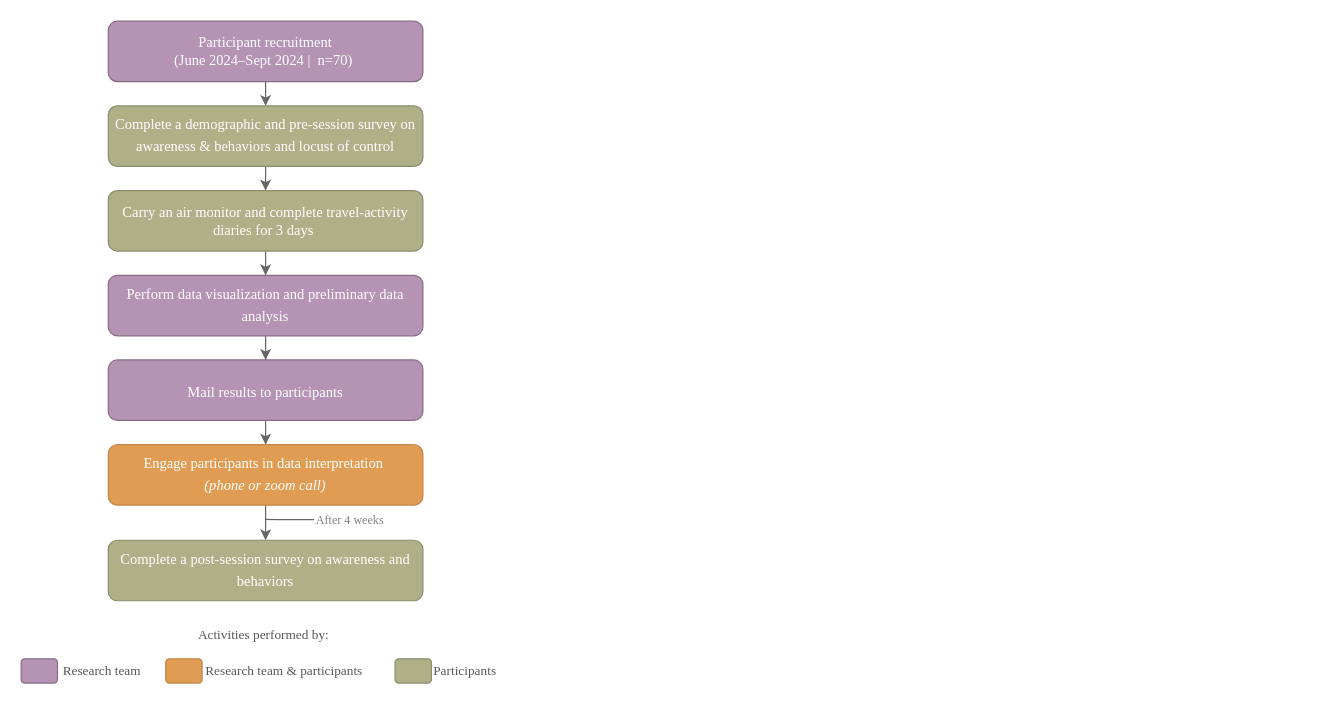
This is AirQualityDissertation.drawio from dealchre/gradDrawio, a draw.io file, before an edit. Source tidied: cells renumbered, new cells numbered last; positions are measured from the earlier drawing's top-left corner, leaving out a move shared by most shapes. Both pictures are drawn from the tidied source at 121%, with x=0, y=0 at pixel (21, 21).
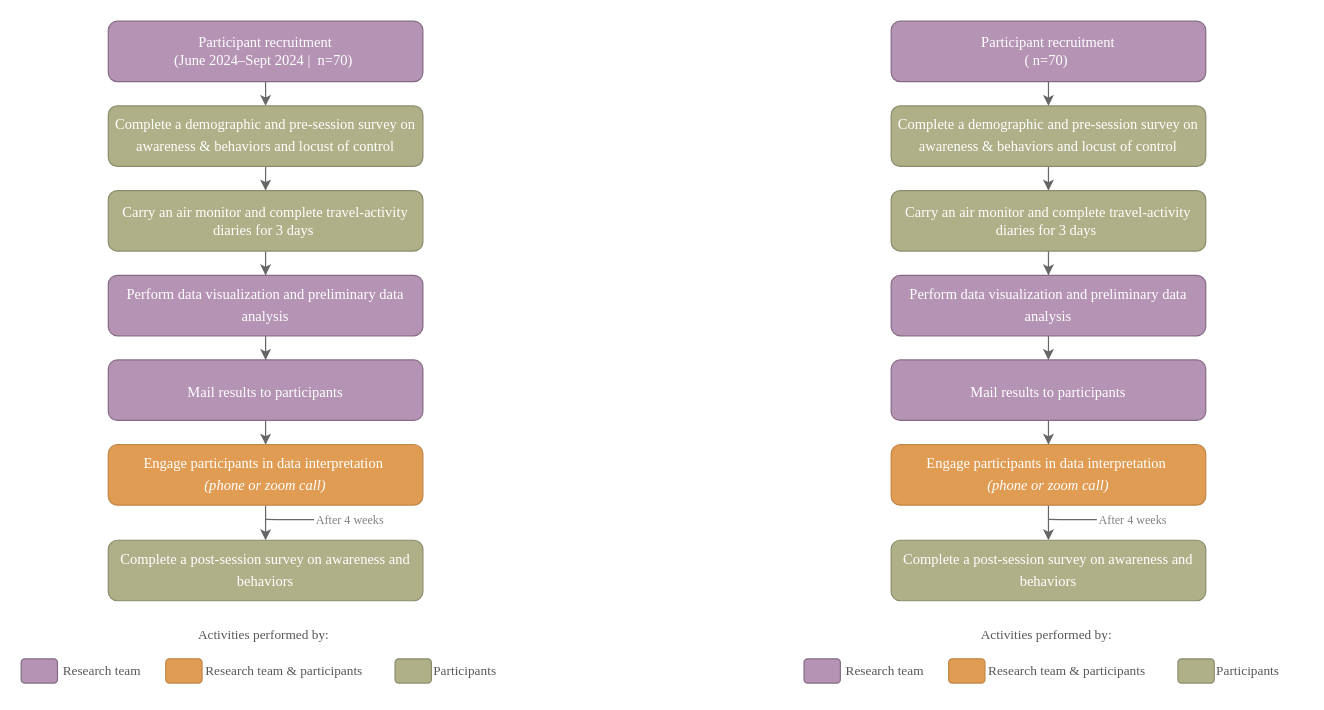
The same diagram, later.

The edit, as a diff of the source:
```diff
@@
+    <mxCell id="24" value="&lt;font style=&quot;font-size: 12px;&quot;&gt;Participant recruitment&lt;/font&gt;&lt;div&gt;&lt;font style=&quot;font-size: 12px;&quot;&gt;(&lt;/font&gt;&lt;span style=&quot;background-color: initial;&quot;&gt;&amp;nbsp;n=70&lt;/span&gt;&lt;span style=&quot;background-color: initial;&quot;&gt;)&amp;nbsp;&lt;/span&gt;&lt;/div&gt;" style="rounded=1;whiteSpace=wrap;html=1;fontFamily=Times New Roman;fillColor=#B593B4;strokeColor=#856C84;fontColor=#FFFFFF;" parent="1" vertex="1">
+      <mxGeometry x="719" width="260" height="50" as="geometry" />
+    </mxCell>
+    <mxCell id="25" style="edgeStyle=orthogonalEdgeStyle;rounded=0;jettySize=auto;html=1;fontFamily=Times New Roman;fontSize=12;fontColor=#FFFFFF;strokeColor=#666666;" parent="1" edge="1" source="26" target="28">
+      <mxGeometry relative="1" as="geometry" />
+    </mxCell>
+    <mxCell id="26" value="&lt;span style=&quot;text-align: start;&quot;&gt;&lt;font style=&quot;font-size: 12px;&quot;&gt;Complete a demographic and pre-session survey on awareness &amp;amp; behaviors and locust of control&lt;/font&gt;&lt;/span&gt;&lt;span style=&quot;font-size: medium; text-align: start;&quot;&gt;&lt;/span&gt;" style="whiteSpace=wrap;html=1;rounded=1;fontFamily=Times New Roman;fillColor=#AFB088;strokeColor=#8b8c6c;fontColor=#FFFFFF;" parent="1" vertex="1">
+      <mxGeometry x="719" y="70" width="260" height="50" as="geometry" />
+    </mxCell>
+    <mxCell id="27" style="edgeStyle=orthogonalEdgeStyle;rounded=0;jettySize=auto;html=1;fontFamily=Times New Roman;fontSize=12;fontColor=#FFFFFF;strokeColor=#666666;" parent="1" edge="1" source="28" target="30">
+      <mxGeometry relative="1" as="geometry" />
+    </mxCell>
+    <mxCell id="28" value="&lt;span style=&quot;text-align: start;&quot;&gt;&lt;font style=&quot;font-size: 12px;&quot;&gt;Carry an air monitor and complete travel-activity diaries for 3 days&amp;nbsp;&lt;/font&gt;&lt;/span&gt;" style="whiteSpace=wrap;html=1;rounded=1;fontFamily=Times New Roman;fillColor=#AFB088;strokeColor=#8b8c6c;fontColor=#FFFFFF;" parent="1" vertex="1">
+      <mxGeometry x="719" y="140" width="260" height="50" as="geometry" />
+    </mxCell>
+    <mxCell id="29" style="edgeStyle=orthogonalEdgeStyle;rounded=0;jettySize=auto;html=1;fontFamily=Times New Roman;fontSize=12;fontColor=#FFFFFF;strokeColor=#666666;" parent="1" edge="1" source="30" target="32">
+      <mxGeometry relative="1" as="geometry" />
+    </mxCell>
+    <mxCell id="30" value="&lt;span style=&quot;text-align: start; font-family: &amp;quot;Times New Roman&amp;quot;, serif;&quot;&gt;&lt;font style=&quot;font-size: 12px;&quot;&gt;Perform data visualization and preliminary data analysis&lt;/font&gt;&lt;/span&gt;&lt;span style=&quot;font-size: medium; text-align: start;&quot;&gt;&lt;/span&gt;" style="whiteSpace=wrap;html=1;rounded=1;fontFamily=Times New Roman;fillColor=#B593B4;strokeColor=#856C84;fontColor=#FFFFFF;" parent="1" vertex="1">
+      <mxGeometry x="719" y="210" width="260" height="50" as="geometry" />
+    </mxCell>
+    <mxCell id="31" style="edgeStyle=orthogonalEdgeStyle;rounded=0;jettySize=auto;html=1;fontFamily=Times New Roman;fontSize=12;fontColor=#FFFFFF;strokeColor=#666666;" parent="1" edge="1" source="32" target="34">
+      <mxGeometry relative="1" as="geometry" />
+    </mxCell>
+    <mxCell id="32" value="&lt;span style=&quot;text-align: start; font-family: &amp;quot;Times New Roman&amp;quot;, serif;&quot;&gt;&lt;font style=&quot;font-size: 12px;&quot;&gt;Mail results to participants&lt;/font&gt;&lt;/span&gt;&lt;span style=&quot;font-size: medium; text-align: start;&quot;&gt;&lt;/span&gt;" style="whiteSpace=wrap;html=1;rounded=1;fontFamily=Times New Roman;fillColor=#B593B4;strokeColor=#856C84;fontColor=#FFFFFF;" parent="1" vertex="1">
+      <mxGeometry x="719" y="280" width="260" height="50" as="geometry" />
+    </mxCell>
+    <mxCell id="33" style="edgeStyle=orthogonalEdgeStyle;rounded=0;jettySize=auto;html=1;fontFamily=Times New Roman;fontSize=12;fontColor=#FFFFFF;strokeColor=#666666;" parent="1" edge="1" source="34" target="35">
+      <mxGeometry relative="1" as="geometry" />
+    </mxCell>
+    <mxCell id="34" value="&lt;span style=&quot;text-align: start;&quot;&gt;&lt;font style=&quot;font-size: 12px;&quot;&gt;Engage participants in data interpretation&amp;nbsp;&lt;/font&gt;&lt;/span&gt;&lt;div&gt;&lt;span style=&quot;text-align: start;&quot;&gt;&lt;font style=&quot;font-size: 12px;&quot;&gt;&lt;i&gt;(phone or zoom call)&lt;/i&gt;&lt;/font&gt;&lt;/span&gt;&lt;span style=&quot;font-size: medium; text-align: start;&quot;&gt;&lt;/span&gt;&lt;/div&gt;" style="whiteSpace=wrap;html=1;rounded=1;fontFamily=Times New Roman;fillColor=#e19c53;strokeColor=#C28647;fontColor=#FFFFFF;" parent="1" vertex="1">
+      <mxGeometry x="719" y="350" width="260" height="50" as="geometry" />
+    </mxCell>
+    <mxCell id="35" value="&lt;span style=&quot;text-align: start; font-family: &amp;quot;Times New Roman&amp;quot;, serif;&quot;&gt;&lt;font style=&quot;font-size: 12px;&quot;&gt;Complete a post-session survey on awareness and behaviors&lt;/font&gt;&lt;/span&gt;&lt;span style=&quot;font-size: medium; text-align: start;&quot;&gt;&lt;/span&gt;" style="whiteSpace=wrap;html=1;rounded=1;fontFamily=Times New Roman;fillColor=#AFB088;strokeColor=#8b8c6c;fontColor=#FFFFFF;" parent="1" vertex="1">
+      <mxGeometry x="719" y="429" width="260" height="50" as="geometry" />
+    </mxCell>
+    <mxCell id="36" style="edgeStyle=orthogonalEdgeStyle;rounded=1;jettySize=auto;html=1;exitX=0;exitY=0.5;exitDx=0;exitDy=0;fontFamily=Times New Roman;fontSize=12;strokeColor=#666666;endArrow=none;endFill=0;fontColor=#FFFFFF;" parent="1" edge="1" source="37">
+      <mxGeometry relative="1" as="geometry">
+        <mxPoint x="849" y="411.8" as="targetPoint" />
+      </mxGeometry>
+    </mxCell>
+    <mxCell id="37" value="After 4 weeks" style="text;html=1;strokeColor=none;fillColor=none;align=center;verticalAlign=middle;whiteSpace=wrap;rounded=0;fontFamily=Times New Roman;fontSize=10;fontColor=#808080;" parent="1" vertex="1">
+      <mxGeometry x="889" y="397" width="60" height="30" as="geometry" />
+    </mxCell>
+    <mxCell id="38" value="Activities performed by:&amp;nbsp;" style="text;html=1;strokeColor=none;fillColor=none;align=center;verticalAlign=middle;whiteSpace=wrap;rounded=0;fontFamily=Times New Roman;fontSize=11;fontColor=#575757;" parent="1" vertex="1">
+      <mxGeometry x="719" y="492" width="260" height="30" as="geometry" />
+    </mxCell>
+    <mxCell id="39" value="Research team" style="text;html=1;strokeColor=none;fillColor=none;align=center;verticalAlign=middle;whiteSpace=wrap;rounded=0;fontFamily=Times New Roman;fontSize=11;fontColor=#575757;" parent="1" vertex="1">
+      <mxGeometry x="669" y="522" width="90" height="30" as="geometry" />
+    </mxCell>
+    <mxCell id="40" value="Participants" style="text;html=1;strokeColor=none;fillColor=none;align=center;verticalAlign=middle;whiteSpace=wrap;rounded=0;fontFamily=Times New Roman;fontSize=11;fontColor=#575757;" parent="1" vertex="1">
+      <mxGeometry x="969" y="522" width="90" height="30" as="geometry" />
+    </mxCell>
+    <mxCell id="41" value="&lt;span style=&quot;text-align: start; font-size: 11px;&quot;&gt;&lt;font style=&quot;font-size: 11px;&quot;&gt;Research team &amp;amp; participants&lt;/font&gt;&lt;/span&gt;&lt;span style=&quot;font-size: 11px; text-align: start;&quot;&gt;&lt;/span&gt;" style="text;html=1;strokeColor=none;fillColor=none;align=center;verticalAlign=middle;whiteSpace=wrap;rounded=0;fontFamily=Times New Roman;fontSize=11;fontColor=#575757;" parent="1" vertex="1">
+      <mxGeometry x="796.5" y="522" width="135" height="30" as="geometry" />
+    </mxCell>
+    <mxCell id="42" style="rounded=1;whiteSpace=wrap;html=1;fontFamily=Times New Roman;fontSize=11;fillColor=#B593B4;strokeColor=#856C84;fontColor=#575757;" parent="1" vertex="1">
+      <mxGeometry x="647" y="527" width="30" height="20" as="geometry" />
+    </mxCell>
+    <mxCell id="43" style="rounded=1;whiteSpace=wrap;html=1;fontFamily=Times New Roman;fontSize=11;fillColor=#AFB088;strokeColor=#8b8c6c;fontColor=#575757;" parent="1" vertex="1">
+      <mxGeometry x="956" y="527" width="30" height="20" as="geometry" />
+    </mxCell>
+    <mxCell id="44" style="rounded=1;whiteSpace=wrap;html=1;fontFamily=Times New Roman;fontSize=11;fillColor=#e19c53;strokeColor=#C28647;fontColor=#575757;" parent="1" vertex="1">
+      <mxGeometry x="766.5" y="527" width="30" height="20" as="geometry" />
+    </mxCell>
+    <mxCell id="45" style="edgeStyle=orthogonalEdgeStyle;rounded=0;orthogonalLoop=1;jettySize=auto;html=1;fontFamily=Times New Roman;fontSize=12;fontColor=#FFFFFF;strokeColor=#666666;" parent="1" edge="1">
+      <mxGeometry relative="1" as="geometry">
+        <mxPoint x="849" y="50" as="sourcePoint" />
+        <mxPoint x="849" y="70" as="targetPoint" />
+      </mxGeometry>
+    </mxCell>
```
